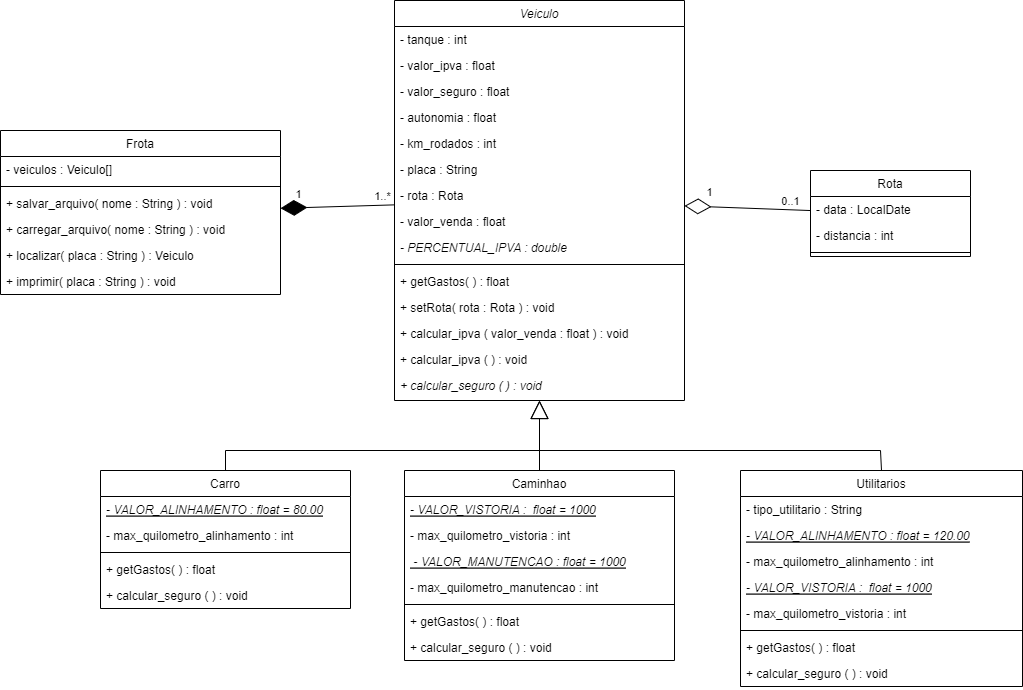
Before: docs/diagramas/diagrama_lpm.png, a diagram exported from draw.io (DisciplinasProgramacao/projetos-3-4-5-team-alpha). Source tidied: cells renumbered, new cells last; positions are measured from the earlier drawing's top-left corner, leaving out a move shared by most shapes. Source of this version:
```xml
<mxGraphModel>
  <root>
    <mxCell id="0" />
    <mxCell id="1" parent="0" />
    <mxCell id="2" value="Veiculo" style="swimlane;fontStyle=2;align=center;verticalAlign=top;horizontal=1;startSize=26;rounded=0;shadow=0;strokeWidth=1;" parent="1" vertex="1">
      <mxGeometry x="394" width="290" height="400" as="geometry" />
    </mxCell>
    <mxCell id="3" value="- tanque : int" style="text;align=left;verticalAlign=top;spacingLeft=4;spacingRight=4;overflow=hidden;rounded=0;shadow=0;html=0;" parent="2" vertex="1">
      <mxGeometry y="26" width="290" height="26" as="geometry" />
    </mxCell>
    <mxCell id="4" value="- valor_ipva : float" style="text;align=left;verticalAlign=top;spacingLeft=4;spacingRight=4;overflow=hidden;rounded=0;shadow=0;html=0;" parent="2" vertex="1">
      <mxGeometry y="52" width="290" height="26" as="geometry" />
    </mxCell>
    <mxCell id="5" value="- valor_seguro : float" style="text;align=left;verticalAlign=top;spacingLeft=4;spacingRight=4;overflow=hidden;rounded=0;shadow=0;html=0;" parent="2" vertex="1">
      <mxGeometry y="78" width="290" height="26" as="geometry" />
    </mxCell>
    <mxCell id="6" value="- autonomia : float" style="text;align=left;verticalAlign=top;spacingLeft=4;spacingRight=4;overflow=hidden;" parent="2" vertex="1">
      <mxGeometry y="104" width="290" height="26" as="geometry" />
    </mxCell>
    <mxCell id="7" value="- km_rodados : int" style="text;align=left;verticalAlign=top;spacingLeft=4;spacingRight=4;overflow=hidden;" parent="2" vertex="1">
      <mxGeometry y="130" width="290" height="26" as="geometry" />
    </mxCell>
    <mxCell id="8" value="- placa : String" style="text;align=left;verticalAlign=top;spacingLeft=4;spacingRight=4;overflow=hidden;" parent="2" vertex="1">
      <mxGeometry y="156" width="290" height="26" as="geometry" />
    </mxCell>
    <mxCell id="9" value="- rota : Rota" style="text;align=left;verticalAlign=top;spacingLeft=4;spacingRight=4;overflow=hidden;" parent="2" vertex="1">
      <mxGeometry y="182" width="290" height="26" as="geometry" />
    </mxCell>
    <mxCell id="10" value="- valor_venda : float" style="text;align=left;verticalAlign=top;spacingLeft=4;spacingRight=4;overflow=hidden;" parent="2" vertex="1">
      <mxGeometry y="208" width="290" height="26" as="geometry" />
    </mxCell>
    <mxCell id="11" value="- PERCENTUAL_IPVA : double" style="text;align=left;verticalAlign=top;spacingLeft=4;spacingRight=4;overflow=hidden;fontStyle=2;" parent="2" vertex="1">
      <mxGeometry y="234" width="290" height="26" as="geometry" />
    </mxCell>
    <mxCell id="12" style="line;html=1;strokeWidth=1;align=left;verticalAlign=middle;spacingTop=-1;spacingLeft=3;spacingRight=3;labelPosition=right;" parent="2" vertex="1">
      <mxGeometry y="260" width="290" height="8" as="geometry" />
    </mxCell>
    <mxCell id="13" value="+ getGastos( ) : float" style="text;align=left;verticalAlign=top;spacingLeft=4;spacingRight=4;overflow=hidden;" parent="2" vertex="1">
      <mxGeometry y="268" width="290" height="26" as="geometry" />
    </mxCell>
    <mxCell id="14" value="+ setRota( rota : Rota ) : void" style="text;align=left;verticalAlign=top;spacingLeft=4;spacingRight=4;overflow=hidden;" parent="2" vertex="1">
      <mxGeometry y="294" width="290" height="26" as="geometry" />
    </mxCell>
    <mxCell id="15" value="+ calcular_ipva ( valor_venda : float ) : void" style="text;align=left;verticalAlign=top;spacingLeft=4;spacingRight=4;overflow=hidden;" parent="2" vertex="1">
      <mxGeometry y="320" width="290" height="26" as="geometry" />
    </mxCell>
    <mxCell id="16" value="+ calcular_ipva ( ) : void" style="text;align=left;verticalAlign=top;spacingLeft=4;spacingRight=4;overflow=hidden;" parent="2" vertex="1">
      <mxGeometry y="346" width="290" height="26" as="geometry" />
    </mxCell>
    <mxCell id="17" value="+ calcular_seguro ( ) : void" style="text;align=left;verticalAlign=top;spacingLeft=4;spacingRight=4;overflow=hidden;fontStyle=2;" parent="2" vertex="1">
      <mxGeometry y="372" width="290" height="26" as="geometry" />
    </mxCell>
    <mxCell id="18" value="Carro" style="swimlane;fontStyle=0;align=center;verticalAlign=top;horizontal=1;startSize=26;rounded=0;shadow=0;strokeWidth=1;" parent="1" vertex="1">
      <mxGeometry x="100" y="470" width="250" height="138" as="geometry" />
    </mxCell>
    <mxCell id="19" value="- VALOR_ALINHAMENTO : float = 80.00" style="text;align=left;verticalAlign=top;spacingLeft=4;spacingRight=4;overflow=hidden;fontStyle=6;" parent="18" vertex="1">
      <mxGeometry y="26" width="250" height="26" as="geometry" />
    </mxCell>
    <mxCell id="20" value="- max_quilometro_alinhamento : int" style="text;align=left;verticalAlign=top;spacingLeft=4;spacingRight=4;overflow=hidden;fontStyle=0;" parent="18" vertex="1">
      <mxGeometry y="52" width="250" height="26" as="geometry" />
    </mxCell>
    <mxCell id="21" style="line;html=1;strokeWidth=1;align=left;verticalAlign=middle;spacingTop=-1;spacingLeft=3;spacingRight=3;labelPosition=right;" parent="18" vertex="1">
      <mxGeometry y="78" width="250" height="8" as="geometry" />
    </mxCell>
    <mxCell id="22" value="+ getGastos( ) : float" style="text;align=left;verticalAlign=top;spacingLeft=4;spacingRight=4;overflow=hidden;" parent="18" vertex="1">
      <mxGeometry y="86" width="250" height="26" as="geometry" />
    </mxCell>
    <mxCell id="23" value="+ calcular_seguro ( ) : void" style="text;align=left;verticalAlign=top;spacingLeft=4;spacingRight=4;overflow=hidden;" parent="18" vertex="1">
      <mxGeometry y="112" width="250" height="26" as="geometry" />
    </mxCell>
    <mxCell id="24" value="Caminhao" style="swimlane;fontStyle=0;align=center;verticalAlign=top;horizontal=1;startSize=26;rounded=0;shadow=0;strokeWidth=1;" parent="1" vertex="1">
      <mxGeometry x="404" y="470" width="270" height="190" as="geometry" />
    </mxCell>
    <mxCell id="25" value="- VALOR_VISTORIA :  float = 1000" style="text;align=left;verticalAlign=top;spacingLeft=4;spacingRight=4;overflow=hidden;rounded=0;shadow=0;html=0;fontStyle=6;" parent="24" vertex="1">
      <mxGeometry y="26" width="270" height="26" as="geometry" />
    </mxCell>
    <mxCell id="26" value="- max_quilometro_vistoria : int" style="text;align=left;verticalAlign=top;spacingLeft=4;spacingRight=4;overflow=hidden;fontStyle=0;" parent="24" vertex="1">
      <mxGeometry y="52" width="270" height="26" as="geometry" />
    </mxCell>
    <mxCell id="27" value=" - VALOR_MANUTENCAO : float = 1000" style="text;align=left;verticalAlign=top;spacingLeft=4;spacingRight=4;overflow=hidden;fontStyle=6;" parent="24" vertex="1">
      <mxGeometry y="78" width="270" height="26" as="geometry" />
    </mxCell>
    <mxCell id="28" value="- max_quilometro_manutencao : int" style="text;align=left;verticalAlign=top;spacingLeft=4;spacingRight=4;overflow=hidden;fontStyle=0;" parent="24" vertex="1">
      <mxGeometry y="104" width="270" height="26" as="geometry" />
    </mxCell>
    <mxCell id="29" style="line;html=1;strokeWidth=1;align=left;verticalAlign=middle;spacingTop=-1;spacingLeft=3;spacingRight=3;labelPosition=right;" parent="24" vertex="1">
      <mxGeometry y="130" width="270" height="8" as="geometry" />
    </mxCell>
    <mxCell id="30" value="+ getGastos( ) : float" style="text;align=left;verticalAlign=top;spacingLeft=4;spacingRight=4;overflow=hidden;" parent="24" vertex="1">
      <mxGeometry y="138" width="270" height="26" as="geometry" />
    </mxCell>
    <mxCell id="31" value="+ calcular_seguro ( ) : void" style="text;align=left;verticalAlign=top;spacingLeft=4;spacingRight=4;overflow=hidden;" parent="24" vertex="1">
      <mxGeometry y="164" width="270" height="26" as="geometry" />
    </mxCell>
    <mxCell id="32" value="Rota" style="swimlane;fontStyle=0;align=center;verticalAlign=top;horizontal=1;startSize=26;rounded=0;shadow=0;strokeWidth=1;" parent="1" vertex="1">
      <mxGeometry x="810" y="170" width="160" height="86" as="geometry" />
    </mxCell>
    <mxCell id="33" value="- data : LocalDate" style="text;align=left;verticalAlign=top;spacingLeft=4;spacingRight=4;overflow=hidden;rounded=0;shadow=0;html=0;" parent="32" vertex="1">
      <mxGeometry y="26" width="160" height="26" as="geometry" />
    </mxCell>
    <mxCell id="34" value="- distancia : int" style="text;align=left;verticalAlign=top;spacingLeft=4;spacingRight=4;overflow=hidden;rounded=0;shadow=0;html=0;" parent="32" vertex="1">
      <mxGeometry y="52" width="160" height="26" as="geometry" />
    </mxCell>
    <mxCell id="35" style="line;html=1;strokeWidth=1;align=left;verticalAlign=middle;spacingTop=-1;spacingLeft=3;spacingRight=3;labelPosition=right;" parent="32" vertex="1">
      <mxGeometry y="78" width="160" height="8" as="geometry" />
    </mxCell>
    <mxCell id="36" value="Utilitarios" style="swimlane;fontStyle=0;align=center;verticalAlign=top;horizontal=1;startSize=26;rounded=0;shadow=0;strokeWidth=1;" parent="1" vertex="1">
      <mxGeometry x="740" y="470" width="282" height="216" as="geometry" />
    </mxCell>
    <mxCell id="37" value="- tipo_utilitario : String" style="text;align=left;verticalAlign=top;spacingLeft=4;spacingRight=4;overflow=hidden;fontStyle=0;" parent="36" vertex="1">
      <mxGeometry y="26" width="282" height="26" as="geometry" />
    </mxCell>
    <mxCell id="38" value="- VALOR_ALINHAMENTO : float = 120.00" style="text;align=left;verticalAlign=top;spacingLeft=4;spacingRight=4;overflow=hidden;fontStyle=6;" parent="36" vertex="1">
      <mxGeometry y="52" width="282" height="26" as="geometry" />
    </mxCell>
    <mxCell id="39" value="- max_quilometro_alinhamento : int" style="text;align=left;verticalAlign=top;spacingLeft=4;spacingRight=4;overflow=hidden;fontStyle=0;" parent="36" vertex="1">
      <mxGeometry y="78" width="282" height="26" as="geometry" />
    </mxCell>
    <mxCell id="40" value="- VALOR_VISTORIA :  float = 1000" style="text;align=left;verticalAlign=top;spacingLeft=4;spacingRight=4;overflow=hidden;rounded=0;shadow=0;html=0;fontStyle=6;" parent="36" vertex="1">
      <mxGeometry y="104" width="282" height="26" as="geometry" />
    </mxCell>
    <mxCell id="41" value="- max_quilometro_vistoria : int" style="text;align=left;verticalAlign=top;spacingLeft=4;spacingRight=4;overflow=hidden;fontStyle=0;" parent="36" vertex="1">
      <mxGeometry y="130" width="282" height="26" as="geometry" />
    </mxCell>
    <mxCell id="42" style="line;html=1;strokeWidth=1;align=left;verticalAlign=middle;spacingTop=-1;spacingLeft=3;spacingRight=3;labelPosition=right;" parent="36" vertex="1">
      <mxGeometry y="156" width="282" height="8" as="geometry" />
    </mxCell>
    <mxCell id="43" value="+ getGastos( ) : float" style="text;align=left;verticalAlign=top;spacingLeft=4;spacingRight=4;overflow=hidden;" parent="36" vertex="1">
      <mxGeometry y="164" width="282" height="26" as="geometry" />
    </mxCell>
    <mxCell id="44" value="+ calcular_seguro ( ) : void" style="text;align=left;verticalAlign=top;spacingLeft=4;spacingRight=4;overflow=hidden;" parent="36" vertex="1">
      <mxGeometry y="190" width="282" height="26" as="geometry" />
    </mxCell>
    <mxCell id="45" style="endArrow=block;endSize=16;endFill=0;html=1;rounded=0;entryX=0.5;entryY=1;entryDx=0;entryDy=0;exitX=0.5;exitY=0;exitDx=0;exitDy=0;" parent="1" edge="1" source="36" target="2">
      <mxGeometry relative="1" as="geometry">
        <Array as="points">
          <mxPoint x="880" y="450" />
          <mxPoint x="539" y="450" />
        </Array>
      </mxGeometry>
    </mxCell>
    <mxCell id="46" style="endArrow=block;endSize=16;endFill=0;html=1;rounded=0;exitX=0.5;exitY=0;exitDx=0;exitDy=0;entryX=0.5;entryY=1;entryDx=0;entryDy=0;" parent="1" edge="1" source="18" target="2">
      <mxGeometry relative="1" as="geometry">
        <Array as="points">
          <mxPoint x="225" y="450" />
          <mxPoint x="539" y="450" />
        </Array>
      </mxGeometry>
    </mxCell>
    <mxCell id="47" value="Frota" style="swimlane;fontStyle=0;align=center;verticalAlign=top;horizontal=1;startSize=26;" parent="1" vertex="1">
      <mxGeometry y="130" width="280" height="164" as="geometry" />
    </mxCell>
    <mxCell id="48" value="- veiculos : Veiculo[]" style="text;strokeColor=none;fillColor=none;align=left;verticalAlign=top;spacingLeft=4;spacingRight=4;overflow=hidden;" parent="47" vertex="1">
      <mxGeometry y="26" width="280" height="26" as="geometry" />
    </mxCell>
    <mxCell id="49" style="line;strokeWidth=1;fillColor=none;align=left;verticalAlign=middle;spacingTop=-1;spacingLeft=3;spacingRight=3;labelPosition=right;strokeColor=inherit;" parent="47" vertex="1">
      <mxGeometry y="52" width="280" height="8" as="geometry" />
    </mxCell>
    <mxCell id="50" value="+ salvar_arquivo( nome : String ) : void" style="text;align=left;verticalAlign=top;spacingLeft=4;spacingRight=4;overflow=hidden;" parent="47" vertex="1">
      <mxGeometry y="60" width="280" height="26" as="geometry" />
    </mxCell>
    <mxCell id="51" value="+ carregar_arquivo( nome : String ) : void" style="text;align=left;verticalAlign=top;spacingLeft=4;spacingRight=4;overflow=hidden;" parent="47" vertex="1">
      <mxGeometry y="86" width="280" height="26" as="geometry" />
    </mxCell>
    <mxCell id="52" value="+ localizar( placa : String ) : Veiculo" style="text;align=left;verticalAlign=top;spacingLeft=4;spacingRight=4;overflow=hidden;" parent="47" vertex="1">
      <mxGeometry y="112" width="280" height="26" as="geometry" />
    </mxCell>
    <mxCell id="53" value="+ imprimir( placa : String ) : void" style="text;align=left;verticalAlign=top;spacingLeft=4;spacingRight=4;overflow=hidden;" parent="47" vertex="1">
      <mxGeometry y="138" width="280" height="26" as="geometry" />
    </mxCell>
    <mxCell id="54" style="endArrow=diamondThin;endFill=1;endSize=24;html=1;rounded=0;" parent="1" edge="1" source="2" target="47">
      <mxGeometry relative="1" as="geometry" />
    </mxCell>
    <mxCell id="55" value="1..*" style="edgeLabel;html=1;align=center;verticalAlign=middle;" parent="54" vertex="1">
      <mxGeometry x="-0.65" relative="1" as="geometry">
        <mxPoint x="8" y="-9" as="offset" />
      </mxGeometry>
    </mxCell>
    <mxCell id="56" value="1" style="edgeLabel;html=1;align=center;verticalAlign=middle;" parent="54" vertex="1">
      <mxGeometry x="0.72" y="-3" relative="1" as="geometry">
        <mxPoint x="2" y="-11" as="offset" />
      </mxGeometry>
    </mxCell>
    <mxCell id="57" style="endArrow=diamondThin;endFill=0;endSize=24;html=1;rounded=0;" parent="1" edge="1" source="32" target="2">
      <mxGeometry relative="1" as="geometry" />
    </mxCell>
    <mxCell id="58" value="0..1" style="edgeLabel;html=1;align=center;verticalAlign=middle;" parent="57" vertex="1">
      <mxGeometry x="-0.68" relative="1" as="geometry">
        <mxPoint y="-9" as="offset" />
      </mxGeometry>
    </mxCell>
    <mxCell id="59" value="1" style="edgeLabel;html=1;align=center;verticalAlign=middle;" parent="57" vertex="1">
      <mxGeometry x="0.75" y="-1" relative="1" as="geometry">
        <mxPoint x="9" y="-13" as="offset" />
      </mxGeometry>
    </mxCell>
    <mxCell id="60" style="endArrow=none;html=1;edgeStyle=orthogonalEdgeStyle;rounded=0;exitX=0.5;exitY=0;exitDx=0;exitDy=0;" parent="1" edge="1" source="24">
      <mxGeometry relative="1" as="geometry">
        <mxPoint x="539" y="420" as="targetPoint" />
      </mxGeometry>
    </mxCell>
  </root>
</mxGraphModel>
```
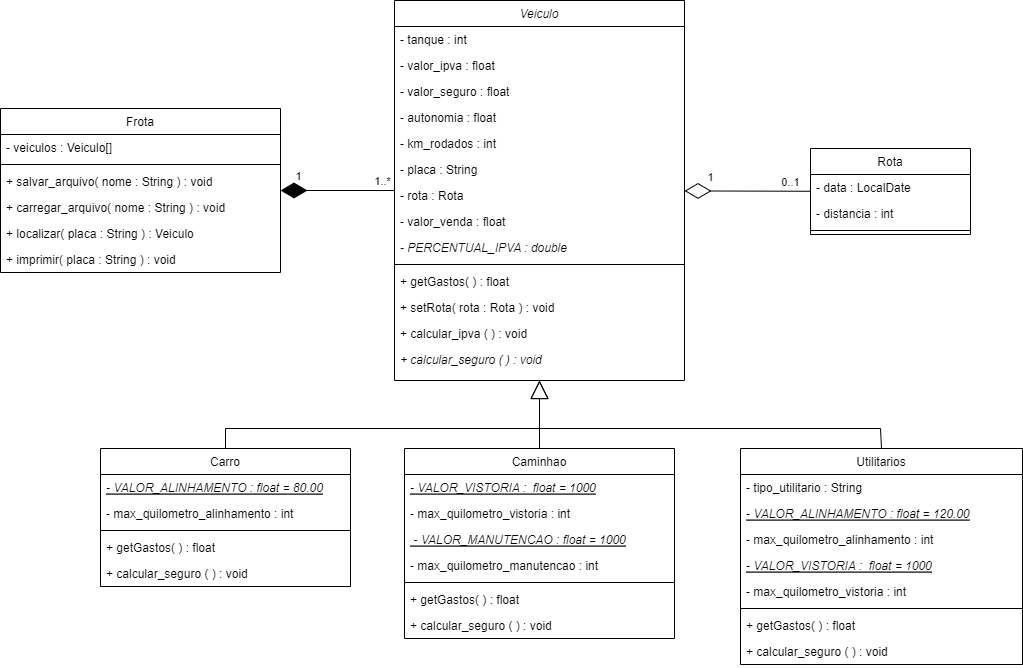
The same diagram one commit later.

Commit message:
[Update] Atualização do diagrama

The edit, as a diff of the source:
```diff
@@ -3,7 +3,7 @@
     <mxCell id="0" />
     <mxCell id="1" parent="0" />
     <mxCell id="2" value="Veiculo" style="swimlane;fontStyle=2;align=center;verticalAlign=top;horizontal=1;startSize=26;rounded=0;shadow=0;strokeWidth=1;" parent="1" vertex="1">
-      <mxGeometry x="394" width="290" height="400" as="geometry" />
+      <mxGeometry x="394" y="22" width="290" height="380" as="geometry" />
     </mxCell>
     <mxCell id="3" value="- tanque : int" style="text;align=left;verticalAlign=top;spacingLeft=4;spacingRight=4;overflow=hidden;rounded=0;shadow=0;html=0;" parent="2" vertex="1">
       <mxGeometry y="26" width="290" height="26" as="geometry" />
@@ -41,14 +41,11 @@
     <mxCell id="14" value="+ setRota( rota : Rota ) : void" style="text;align=left;verticalAlign=top;spacingLeft=4;spacingRight=4;overflow=hidden;" parent="2" vertex="1">
       <mxGeometry y="294" width="290" height="26" as="geometry" />
     </mxCell>
-    <mxCell id="15" value="+ calcular_ipva ( valor_venda : float ) : void" style="text;align=left;verticalAlign=top;spacingLeft=4;spacingRight=4;overflow=hidden;" parent="2" vertex="1">
-      <mxGeometry y="320" width="290" height="26" as="geometry" />
-    </mxCell>
     <mxCell id="16" value="+ calcular_ipva ( ) : void" style="text;align=left;verticalAlign=top;spacingLeft=4;spacingRight=4;overflow=hidden;" parent="2" vertex="1">
-      <mxGeometry y="346" width="290" height="26" as="geometry" />
+      <mxGeometry y="320" width="290" height="26" as="geometry" />
     </mxCell>
     <mxCell id="17" value="+ calcular_seguro ( ) : void" style="text;align=left;verticalAlign=top;spacingLeft=4;spacingRight=4;overflow=hidden;fontStyle=2;" parent="2" vertex="1">
-      <mxGeometry y="372" width="290" height="26" as="geometry" />
+      <mxGeometry y="346" width="290" height="26" as="geometry" />
     </mxCell>
     <mxCell id="18" value="Carro" style="swimlane;fontStyle=0;align=center;verticalAlign=top;horizontal=1;startSize=26;rounded=0;shadow=0;strokeWidth=1;" parent="1" vertex="1">
       <mxGeometry x="100" y="470" width="250" height="138" as="geometry" />
```
